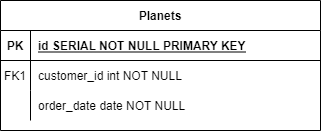
Above: DB/Planets ER Diagram.png in tsgsOFFICIAL/Kilgharrah (draw.io), before the change. Source tidied: cells renumbered, new cells last; positions are measured from the earlier drawing's top-left corner, leaving out a move shared by most shapes.
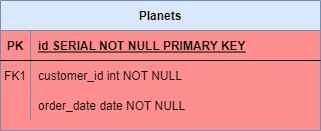
Above is the later version.

What changed in the source:
```diff
@@ -1,8 +1,8 @@
-<mxGraphModel>
+<mxGraphModel background="#FF8F8F">
   <root>
     <mxCell id="0" />
     <mxCell id="1" parent="0" />
-    <mxCell id="2" value="Planets" style="shape=table;startSize=30;rowLines=0;fontStyle=1;align=center;" parent="1" vertex="1">
+    <mxCell id="2" value="Planets" style="shape=table;startSize=30;rowLines=0;fontStyle=1;align=center;fillColor=#dae8fc;strokeColor=#6c8ebf;" parent="1" vertex="1">
       <mxGeometry width="320" height="130" as="geometry" />
     </mxCell>
     <mxCell id="3" style="shape=partialRectangle;fillColor=none;top=0;left=0;right=0;bottom=1;" parent="2" vertex="1">
```
